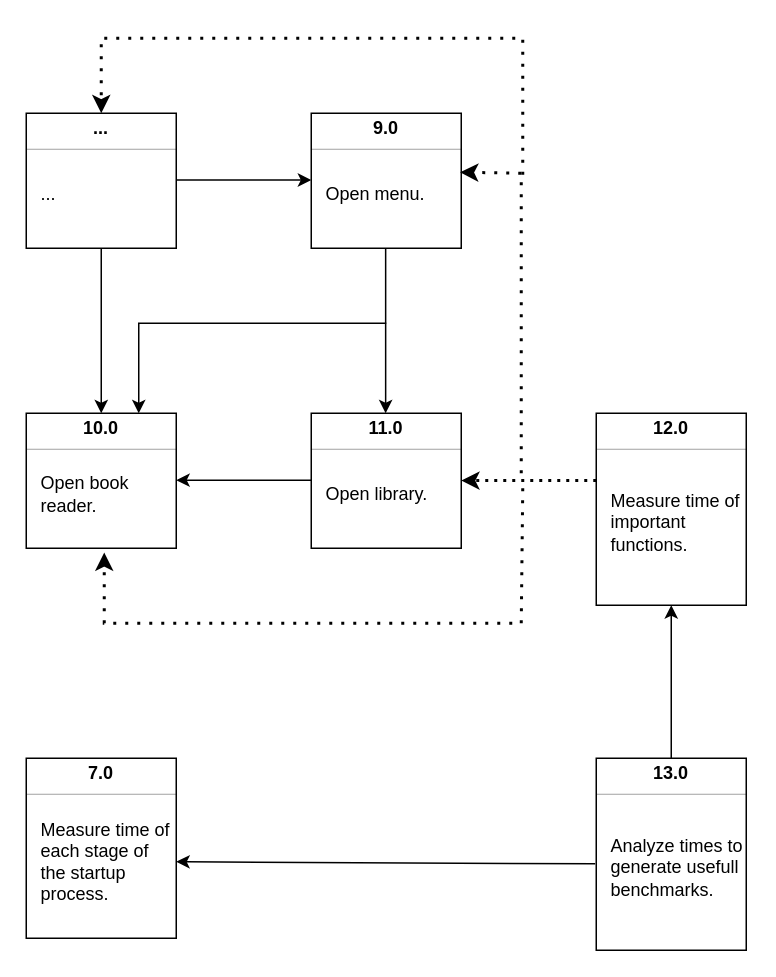
KubaTaba1uga/open_source_ebook_reader keeps this draw.io diagram as page "FFBD-004" (4 of 8) of docs/design/assets/03_logical_decomposition.drawio. Above is the earlier version. Source tidied: cells renumbered, new cells numbered last; positions are measured from the earlier drawing's top-left corner, leaving out a move shared by most shapes. Both pictures are drawn from the tidied source at 150%, with x=0, y=0 at pixel (26, 38).
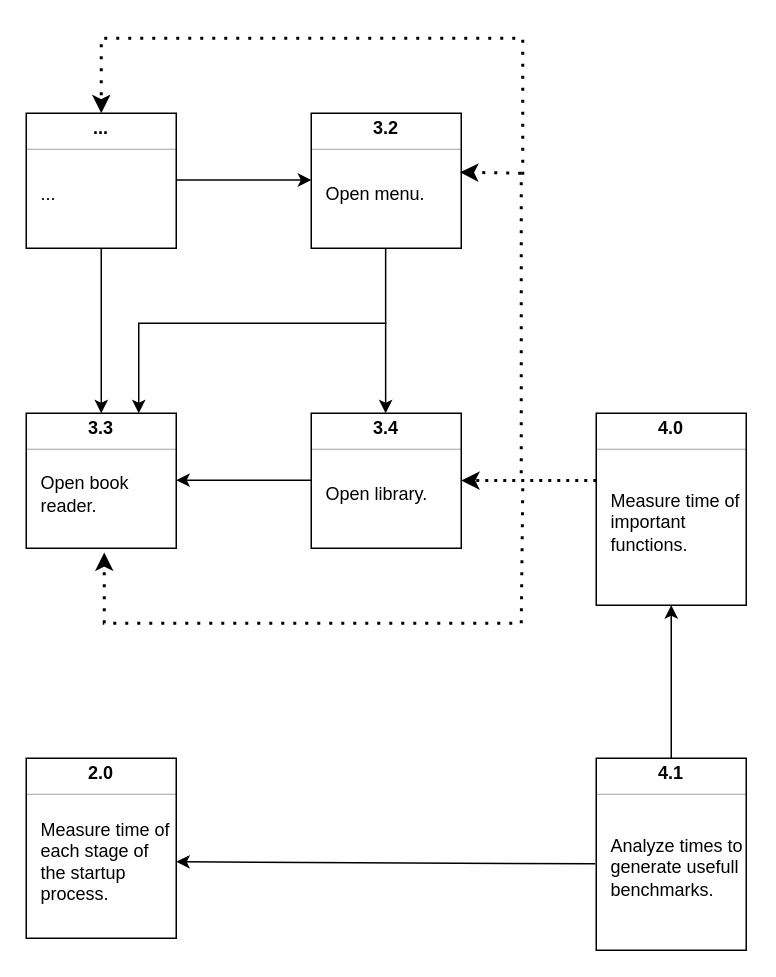
After the change.

Unchanged cells that the change refers to:
```xml
<mxCell id="7" style="fontStyle=1;align=center;verticalAlign=middle;horizontal=1;" parent="1" vertex="1">
  <mxGeometry x="190" y="50" width="100" height="90" as="geometry" />
</mxCell>
<mxCell id="13" style="fontStyle=1;align=center;verticalAlign=middle;horizontal=1;" parent="1" vertex="1">
  <mxGeometry y="250" width="100" height="90" as="geometry" />
</mxCell>
<mxCell id="20" style="fontStyle=1;align=center;verticalAlign=middle;horizontal=1;" parent="1" vertex="1">
  <mxGeometry x="190" y="250" width="100" height="90" as="geometry" />
</mxCell>
<mxCell id="27" style="fontStyle=1;align=center;verticalAlign=middle;horizontal=1;" parent="1" vertex="1">
  <mxGeometry x="380" y="250" width="100" height="128" as="geometry" />
</mxCell>
<mxCell id="36" style="fontStyle=1;align=center;verticalAlign=middle;horizontal=1;" parent="1" vertex="1">
  <mxGeometry x="380" y="480" width="100" height="128" as="geometry" />
</mxCell>
<mxCell id="41" style="fontStyle=1;align=center;verticalAlign=middle;horizontal=1;" parent="1" vertex="1">
  <mxGeometry y="480" width="100" height="120" as="geometry" />
</mxCell>
```

Diff of the diagram source:
```diff
@@
-    <mxCell id="8" value="9.0" style="html=1;align=center;spacing=0;verticalAlign=middle;strokeColor=none;fillColor=none;whiteSpace=wrap;fontStyle=1;" parent="7" vertex="1">
+    <mxCell id="8" value="3.2" style="html=1;align=center;spacing=0;verticalAlign=middle;strokeColor=none;fillColor=none;whiteSpace=wrap;fontStyle=1;" parent="7" vertex="1">
       <mxGeometry width="100" height="20" as="geometry" />
     </mxCell>
@@
-    <mxCell id="14" value="10.0" style="html=1;align=center;spacing=0;verticalAlign=middle;strokeColor=none;fillColor=none;whiteSpace=wrap;fontStyle=1;" parent="13" vertex="1">
+    <mxCell id="14" value="3.3" style="html=1;align=center;spacing=0;verticalAlign=middle;strokeColor=none;fillColor=none;whiteSpace=wrap;fontStyle=1;" parent="13" vertex="1">
       <mxGeometry width="100" height="20" as="geometry" />
     </mxCell>
@@
-    <mxCell id="21" value="11.0" style="html=1;align=center;spacing=0;verticalAlign=middle;strokeColor=none;fillColor=none;whiteSpace=wrap;fontStyle=1;" parent="20" vertex="1">
+    <mxCell id="21" value="3.4" style="html=1;align=center;spacing=0;verticalAlign=middle;strokeColor=none;fillColor=none;whiteSpace=wrap;fontStyle=1;" parent="20" vertex="1">
       <mxGeometry width="100" height="20" as="geometry" />
     </mxCell>
@@
-    <mxCell id="28" value="12.0" style="html=1;align=center;spacing=0;verticalAlign=middle;strokeColor=none;fillColor=none;whiteSpace=wrap;fontStyle=1;" parent="27" vertex="1">
+    <mxCell id="28" value="4.0" style="html=1;align=center;spacing=0;verticalAlign=middle;strokeColor=none;fillColor=none;whiteSpace=wrap;fontStyle=1;" parent="27" vertex="1">
       <mxGeometry width="100" height="20" as="geometry" />
     </mxCell>
@@
-    <mxCell id="37" value="13.0" style="html=1;align=center;spacing=0;verticalAlign=middle;strokeColor=none;fillColor=none;whiteSpace=wrap;fontStyle=1;" parent="36" vertex="1">
+    <mxCell id="37" value="4.1" style="html=1;align=center;spacing=0;verticalAlign=middle;strokeColor=none;fillColor=none;whiteSpace=wrap;fontStyle=1;" parent="36" vertex="1">
       <mxGeometry width="100" height="20" as="geometry" />
     </mxCell>
@@
-    <mxCell id="42" value="7.0" style="html=1;align=center;spacing=0;verticalAlign=middle;strokeColor=none;fillColor=none;whiteSpace=wrap;fontStyle=1;" parent="41" vertex="1">
+    <mxCell id="42" value="2.0" style="html=1;align=center;spacing=0;verticalAlign=middle;strokeColor=none;fillColor=none;whiteSpace=wrap;fontStyle=1;" parent="41" vertex="1">
       <mxGeometry width="100" height="20" as="geometry" />
     </mxCell>
```
